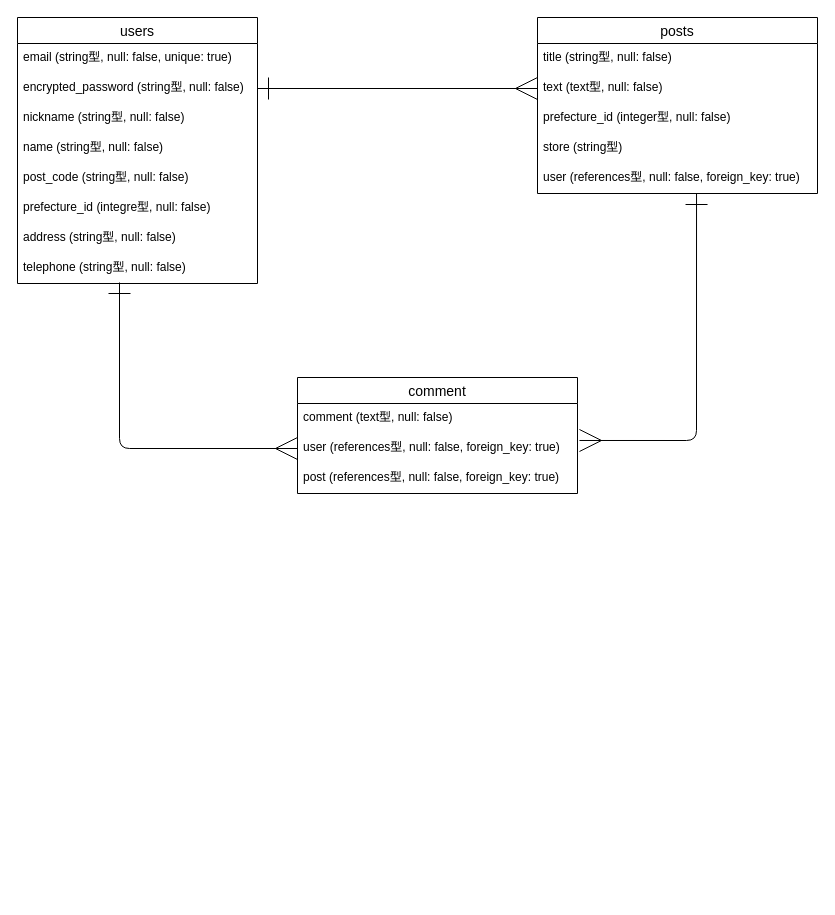
Above: nomonomo.dio in hayapi0208/nomonomo (draw.io), before the change. Source tidied: cells renumbered, new cells numbered last; positions are measured from the earlier drawing's top-left corner, leaving out a move shared by most shapes. Both pictures are drawn from the tidied source at 100%, with x=0, y=0 at pixel (17, 17).
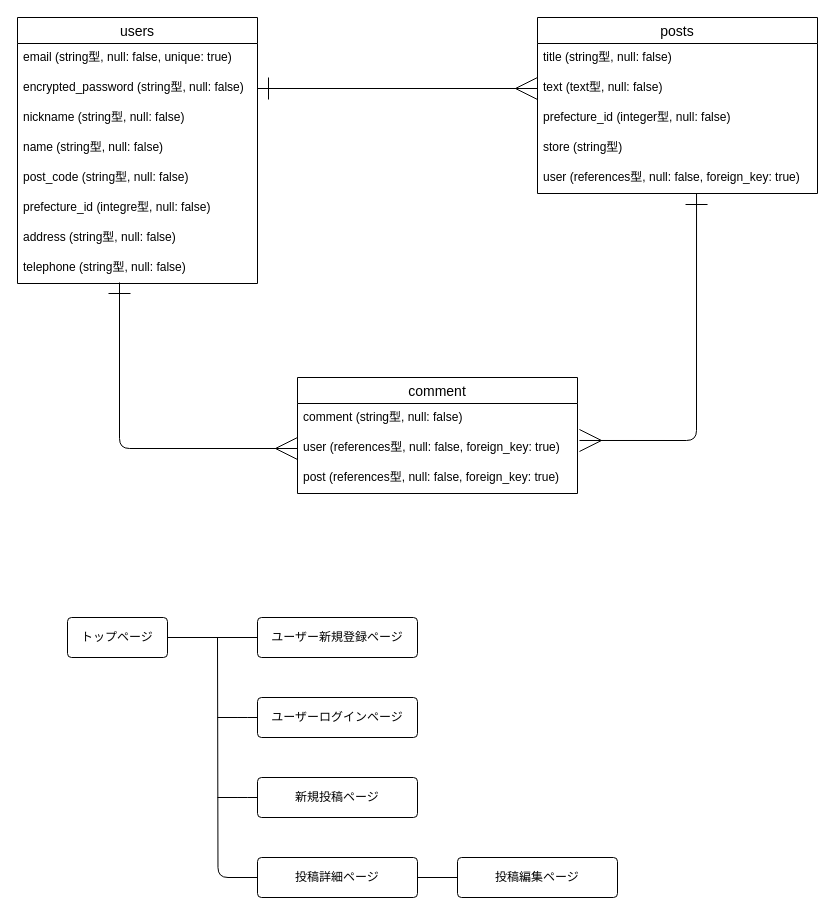
Above is the later version.

Commit message:
画面遷移図を作成

Unchanged cells that the change refers to:
```xml
<mxCell id="17" value="comment" style="swimlane;fontStyle=0;horizontal=1;startSize=26;align=center;fontSize=14;" parent="1" vertex="1">
  <mxGeometry x="280" y="360" width="280" height="116" as="geometry" />
</mxCell>
```

What changed in the source:
```diff
@@
-    <mxCell id="18" value="comment (text型, null: false)" style="text;strokeColor=none;fillColor=none;spacingLeft=4;spacingRight=4;overflow=hidden;fontSize=12;" parent="17" vertex="1">
+    <mxCell id="18" value="comment (string型, null: false)" style="text;strokeColor=none;fillColor=none;spacingLeft=4;spacingRight=4;overflow=hidden;fontSize=12;" parent="17" vertex="1">
       <mxGeometry y="26" width="280" height="30" as="geometry" />
     </mxCell>
@@
+    <mxCell id="24" style="edgeStyle=orthogonalEdgeStyle;html=1;exitX=1;exitY=0.5;exitDx=0;exitDy=0;startArrow=none;startFill=0;endArrow=none;endFill=0;startSize=20;endSize=20;sourcePerimeterSpacing=0;" parent="1" edge="1" source="25" target="26">
+      <mxGeometry relative="1" as="geometry" />
+    </mxCell>
+    <mxCell id="25" value="トップページ" style="rounded=1;arcSize=10;whiteSpace=wrap;html=1;align=center;" parent="1" vertex="1">
+      <mxGeometry x="50" y="600" width="100" height="40" as="geometry" />
+    </mxCell>
+    <mxCell id="26" value="ユーザー新規登録ページ" style="rounded=1;arcSize=10;whiteSpace=wrap;html=1;align=center;" parent="1" vertex="1">
+      <mxGeometry x="240" y="600" width="160" height="40" as="geometry" />
+    </mxCell>
+    <mxCell id="27" style="edgeStyle=orthogonalEdgeStyle;html=1;exitX=0;exitY=0.5;exitDx=0;exitDy=0;startArrow=none;startFill=0;endArrow=none;endFill=0;startSize=20;endSize=20;sourcePerimeterSpacing=0;" parent="1" edge="1" source="28">
+      <mxGeometry relative="1" as="geometry">
+        <mxPoint x="200" y="700" as="targetPoint" />
+      </mxGeometry>
+    </mxCell>
+    <mxCell id="28" value="ユーザーログインページ" style="rounded=1;arcSize=10;whiteSpace=wrap;html=1;align=center;" parent="1" vertex="1">
+      <mxGeometry x="240" y="680" width="160" height="40" as="geometry" />
+    </mxCell>
+    <mxCell id="29" style="edgeStyle=orthogonalEdgeStyle;html=1;exitX=0;exitY=0.5;exitDx=0;exitDy=0;startArrow=none;startFill=0;endArrow=none;endFill=0;startSize=20;endSize=20;sourcePerimeterSpacing=0;" parent="1" edge="1" source="30">
+      <mxGeometry relative="1" as="geometry">
+        <mxPoint x="200" y="780" as="targetPoint" />
+      </mxGeometry>
+    </mxCell>
+    <mxCell id="30" value="新規投稿ページ" style="rounded=1;arcSize=10;whiteSpace=wrap;html=1;align=center;" parent="1" vertex="1">
+      <mxGeometry x="240" y="760" width="160" height="40" as="geometry" />
+    </mxCell>
+    <mxCell id="31" style="edgeStyle=orthogonalEdgeStyle;html=1;exitX=0;exitY=0.5;exitDx=0;exitDy=0;startArrow=none;startFill=0;endArrow=none;endFill=0;startSize=20;endSize=20;sourcePerimeterSpacing=0;" parent="1" edge="1" source="33">
+      <mxGeometry relative="1" as="geometry">
+        <mxPoint x="200" y="620" as="targetPoint" />
+      </mxGeometry>
+    </mxCell>
+    <mxCell id="32" style="edgeStyle=orthogonalEdgeStyle;html=1;exitX=1;exitY=0.5;exitDx=0;exitDy=0;entryX=0;entryY=0.5;entryDx=0;entryDy=0;startArrow=none;startFill=0;endArrow=none;endFill=0;startSize=20;endSize=20;sourcePerimeterSpacing=0;" parent="1" edge="1" source="33" target="34">
+      <mxGeometry relative="1" as="geometry" />
+    </mxCell>
+    <mxCell id="33" value="投稿詳細ページ" style="rounded=1;arcSize=10;whiteSpace=wrap;html=1;align=center;" parent="1" vertex="1">
+      <mxGeometry x="240" y="840" width="160" height="40" as="geometry" />
+    </mxCell>
+    <mxCell id="34" value="投稿編集ページ" style="rounded=1;arcSize=10;whiteSpace=wrap;html=1;align=center;" parent="1" vertex="1">
+      <mxGeometry x="440" y="840" width="160" height="40" as="geometry" />
+    </mxCell>
```
